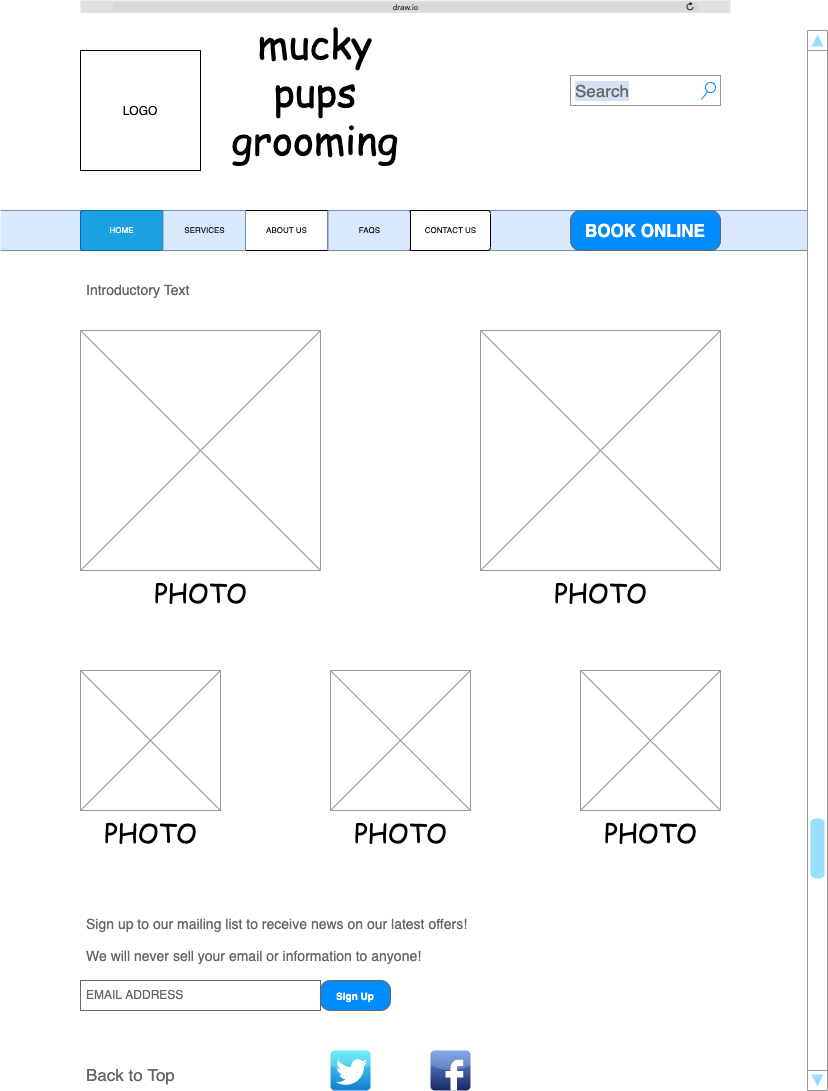
Earlier version of the draw.io export WireFrames/Main Page.png (scottietex/scottietex.github.io). Source tidied: cells renumbered, new cells last; positions are measured from the earlier drawing's top-left corner, leaving out a move shared by most shapes.
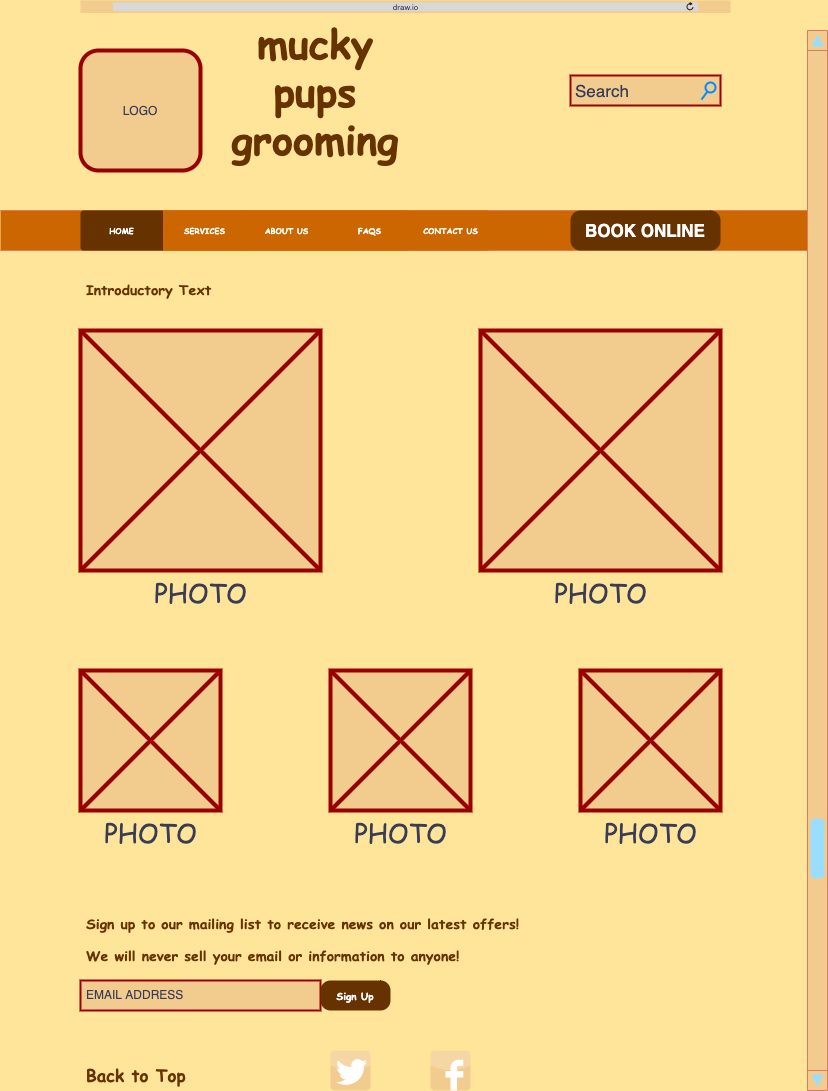
The same diagram one commit later.

The edit, as a diff of the source:
```diff
@@ -1,80 +1,80 @@
-<mxGraphModel background="#FFFFFF">
+<mxGraphModel background="#FFE599">
   <root>
     <mxCell id="0" />
     <mxCell id="1" parent="0" />
-    <mxCell id="2" value="Sign up to our mailing list to receive news on our latest offers!&amp;nbsp;&lt;br&gt;&amp;nbsp;&amp;nbsp;&lt;br&gt;We will never sell your email or information to anyone!" style="strokeWidth=1;shadow=0;dashed=0;align=center;html=1;shape=mxgraph.mockup.text.textBox;fontColor=#666666;align=left;fontSize=14;spacingLeft=4;spacingTop=-3;mainText=;labelBackgroundColor=none;fillColor=#ffffff;strokeColor=none;" parent="1" vertex="1">
+    <mxCell id="2" value="Sign up to our mailing list to receive news on our latest offers!&amp;nbsp;&lt;br&gt;&amp;nbsp;&amp;nbsp;&lt;br&gt;We will never sell your email or information to anyone!" style="strokeWidth=1;shadow=0;dashed=0;align=center;html=1;shape=mxgraph.mockup.text.textBox;align=left;fontSize=14;spacingLeft=4;spacingTop=-3;mainText=;labelBackgroundColor=none;strokeColor=none;fillColor=none;fontFamily=Comic Sans MS;fontStyle=1;fontColor=#663300;" parent="1" vertex="1">
       <mxGeometry x="80" y="910" width="540" height="60" as="geometry" />
     </mxCell>
-    <mxCell id="3" style="shape=partialRectangle;whiteSpace=wrap;html=1;left=0;right=0;fillColor=#dae8fc;labelBackgroundColor=#D4E1F5;fontFamily=Comic Sans MS;fontSize=26;strokeColor=#6c8ebf;" parent="1" vertex="1">
+    <mxCell id="3" style="shape=partialRectangle;whiteSpace=wrap;html=1;left=0;right=0;fontFamily=Comic Sans MS;fontSize=26;strokeColor=#E07A5F;labelBackgroundColor=#F4F1DE;fontColor=#393C56;fillColor=#CC6600;" parent="1" vertex="1">
       <mxGeometry y="210" width="810" height="40" as="geometry" />
     </mxCell>
-    <mxCell id="4" value="mucky&lt;br style=&quot;font-size: 40px;&quot;&gt;pups&lt;br style=&quot;font-size: 40px;&quot;&gt;grooming" style="text;html=1;strokeColor=none;fillColor=none;align=center;verticalAlign=middle;whiteSpace=wrap;rounded=0;fontFamily=Comic Sans MS;fontSize=40;" parent="1" vertex="1">
+    <mxCell id="4" value="mucky&lt;br style=&quot;font-size: 40px;&quot;&gt;pups&lt;br style=&quot;font-size: 40px;&quot;&gt;grooming" style="text;html=1;strokeColor=none;fillColor=none;align=center;verticalAlign=middle;whiteSpace=wrap;rounded=0;fontFamily=Comic Sans MS;fontSize=40;fontColor=#663300;fontStyle=1;" parent="1" vertex="1">
       <mxGeometry x="140" y="25" width="350" height="130" as="geometry" />
     </mxCell>
-    <mxCell id="5" value="LOGO" style="whiteSpace=wrap;html=1;" parent="1" vertex="1">
+    <mxCell id="5" value="LOGO" style="whiteSpace=wrap;html=1;fillColor=#F2CC8F;fontColor=#393C56;rounded=1;strokeColor=#990000;strokeWidth=4;" parent="1" vertex="1">
       <mxGeometry x="80" y="50" width="120" height="120" as="geometry" />
     </mxCell>
-    <mxCell id="6" style="html=1;strokeWidth=1;shadow=0;dashed=0;shape=mxgraph.ios7ui.rrect;rSize=3;fontFamily=Comic Sans MS;fontSize=35;labelBorderColor=#000000;" parent="1" vertex="1">
+    <mxCell id="6" style="html=1;strokeWidth=1;shadow=0;dashed=0;shape=mxgraph.ios7ui.rrect;rSize=3;fontFamily=Comic Sans MS;fontSize=35;labelBorderColor=#000000;fontColor=#393C56;fillColor=#CC6600;fontStyle=1;strokeColor=none;" parent="1" vertex="1">
       <mxGeometry x="80" y="210" width="330" height="40" as="geometry" />
     </mxCell>
-    <mxCell id="7" value="HOME" style="strokeColor=#006EAF;fillColor=#1ba1e2;html=1;strokeWidth=1;shadow=0;dashed=0;shape=mxgraph.ios7ui.leftButton;rSize=3;fontSize=8;labelBackgroundColor=none;fontColor=#ffffff;" parent="6" vertex="1">
+    <mxCell id="7" value="HOME" style="html=1;strokeWidth=1;shadow=0;dashed=0;shape=mxgraph.ios7ui.leftButton;rSize=3;fontSize=8;labelBackgroundColor=none;fillColor=#663300;fontColor=#FFFFFF;fontStyle=1;fontFamily=Comic Sans MS;strokeColor=none;" parent="6" vertex="1">
       <mxGeometry width="82.5" height="40" as="geometry" />
     </mxCell>
-    <mxCell id="8" value="ABOUT US" style="strokeColor=inherit;fillColor=inherit;gradientColor=inherit;html=1;strokeWidth=1;shadow=0;dashed=0;shape=mxgraph.ios7ui.rrect;rSize=0;fontSize=8;" parent="6" vertex="1">
+    <mxCell id="8" value="ABOUT US" style="html=1;strokeWidth=1;shadow=0;dashed=0;shape=mxgraph.ios7ui.rrect;rSize=0;fontSize=8;fillColor=#CC6600;fontColor=#FFFFFF;fontFamily=Comic Sans MS;fontStyle=1;strokeColor=none;" parent="6" vertex="1">
       <mxGeometry x="165" width="82.5" height="40" as="geometry" />
     </mxCell>
-    <mxCell id="9" value="FAQS" style="strokeColor=#6c8ebf;fillColor=#dae8fc;html=1;strokeWidth=1;shadow=0;dashed=0;shape=mxgraph.ios7ui.rightButton;rSize=3;fontSize=8;labelBorderColor=none;" parent="6" vertex="1">
+    <mxCell id="9" value="FAQS" style="html=1;strokeWidth=1;shadow=0;dashed=0;shape=mxgraph.ios7ui.rightButton;rSize=3;fontSize=8;labelBorderColor=none;fillColor=#CC6600;fontColor=#FFFFFF;fontFamily=Comic Sans MS;fontStyle=1;strokeColor=none;" parent="6" vertex="1">
       <mxGeometry x="247.5" width="82.5" height="40" as="geometry" />
     </mxCell>
-    <mxCell id="10" value="SERVICES" style="html=1;strokeWidth=1;shadow=0;dashed=0;shape=mxgraph.ios7ui.rrect;rSize=0;strokeColor=#6c8ebf;fontSize=8;labelBackgroundColor=none;fillColor=#dae8fc;" parent="6" vertex="1">
+    <mxCell id="10" value="SERVICES" style="html=1;strokeWidth=1;shadow=0;dashed=0;shape=mxgraph.ios7ui.rrect;rSize=0;fontSize=8;labelBackgroundColor=none;fillColor=#CC6600;fontFamily=Comic Sans MS;fontStyle=1;fontColor=#FFFFFF;strokeColor=none;" parent="6" vertex="1">
       <mxGeometry x="82.5" width="82.5" height="40" as="geometry" />
     </mxCell>
-    <mxCell id="11" value="draw.io" style="html=1;strokeWidth=1;shadow=0;dashed=0;shape=mxgraph.ios7ui.url;fillColor=#e0e0e0;strokeColor=#c0c0c0;buttonText=;strokeColor2=#222222;fontColor=#222222;fontSize=8;spacingTop=2;align=center;" parent="1" vertex="1">
+    <mxCell id="11" value="draw.io" style="html=1;strokeWidth=1;shadow=0;dashed=0;shape=mxgraph.ios7ui.url;fillColor=#F2CC8F;strokeColor=#E07A5F;buttonText=;strokeColor2=#222222;fontColor=#393C56;fontSize=8;spacingTop=2;align=center;" parent="1" vertex="1">
       <mxGeometry x="80" width="650" height="12.5" as="geometry" />
     </mxCell>
-    <mxCell id="12" value="CONTACT US" style="strokeColor=inherit;fillColor=inherit;gradientColor=inherit;html=1;strokeWidth=1;shadow=0;dashed=0;shape=mxgraph.ios7ui.rightButton;rSize=3;fontSize=8;" parent="1" vertex="1">
+    <mxCell id="12" value="CONTACT US" style="html=1;strokeWidth=1;shadow=0;dashed=0;shape=mxgraph.ios7ui.rightButton;rSize=3;fontSize=8;fillColor=#CC6600;fontColor=#FFFFFF;fontFamily=Comic Sans MS;fontStyle=1;strokeColor=none;" parent="1" vertex="1">
       <mxGeometry x="410" y="210" width="80" height="40" as="geometry" />
     </mxCell>
-    <mxCell id="13" value="Search" style="strokeWidth=1;shadow=0;dashed=0;align=center;html=1;shape=mxgraph.mockup.forms.searchBox;strokeColor=#999999;mainText=;strokeColor2=#008cff;fontColor=#666666;fontSize=17;align=left;spacingLeft=3;labelBackgroundColor=#D4E1F5;fillColor=#ffffff;" parent="1" vertex="1">
+    <mxCell id="13" value="Search" style="strokeWidth=2;shadow=0;dashed=0;align=center;html=1;shape=mxgraph.mockup.forms.searchBox;mainText=;strokeColor2=#008cff;fontColor=#393C56;fontSize=17;align=left;spacingLeft=3;fillColor=#F2CC8F;labelBackgroundColor=none;strokeColor=#990000;" parent="1" vertex="1">
       <mxGeometry x="570" y="75" width="150" height="30" as="geometry" />
     </mxCell>
-    <mxCell id="14" style="verticalLabelPosition=bottom;shadow=0;dashed=0;align=center;html=1;verticalAlign=top;strokeWidth=1;shape=mxgraph.mockup.navigation.scrollBar;strokeColor=#999999;barPos=20;fillColor2=#99ddff;strokeColor2=none;direction=north;labelBackgroundColor=#D4E1F5;fillColor=#ffffff;fontFamily=Comic Sans MS;fontSize=26;fontColor=#000000;" parent="1" vertex="1">
+    <mxCell id="14" style="verticalLabelPosition=bottom;shadow=0;dashed=0;align=center;html=1;verticalAlign=top;strokeWidth=1;shape=mxgraph.mockup.navigation.scrollBar;strokeColor=#E07A5F;barPos=20;fillColor2=#99ddff;strokeColor2=none;direction=north;fillColor=#F2CC8F;fontFamily=Comic Sans MS;fontSize=26;fontColor=#393C56;labelBackgroundColor=#F4F1DE;" parent="1" vertex="1">
       <mxGeometry x="807" y="30" width="20" height="1060" as="geometry" />
     </mxCell>
-    <mxCell id="15" value="BOOK ONLINE" style="strokeWidth=1;shadow=0;dashed=0;align=center;html=1;shape=mxgraph.mockup.buttons.button;strokeColor=#666666;fontColor=#ffffff;mainText=;buttonStyle=round;fontSize=17;fontStyle=1;fillColor=#008cff;whiteSpace=wrap;labelBackgroundColor=none;" parent="1" vertex="1">
+    <mxCell id="15" value="BOOK ONLINE" style="strokeWidth=1;shadow=0;dashed=0;align=center;html=1;shape=mxgraph.mockup.buttons.button;mainText=;buttonStyle=round;fontSize=17;fontStyle=1;whiteSpace=wrap;labelBackgroundColor=none;fillColor=#663300;fontColor=#FFFFFF;strokeColor=none;" parent="1" vertex="1">
       <mxGeometry x="570" y="210" width="150" height="40" as="geometry" />
     </mxCell>
-    <mxCell id="16" style="dashed=0;html=1;align=center;labelPosition=center;verticalLabelPosition=bottom;verticalAlign=top;shape=mxgraph.webicons.facebook;fillColor=#6294E4;gradientColor=#1A2665;labelBackgroundColor=none;fontFamily=Comic Sans MS;fontSize=26;fontColor=#000000;" parent="1" vertex="1">
+    <mxCell id="16" style="dashed=0;html=1;align=center;labelPosition=center;verticalLabelPosition=bottom;verticalAlign=top;shape=mxgraph.webicons.facebook;fillColor=#F2CC8F;labelBackgroundColor=none;fontFamily=Comic Sans MS;fontSize=26;fontColor=#393C56;strokeColor=#E07A5F;" parent="1" vertex="1">
       <mxGeometry x="430" y="1050" width="40" height="40" as="geometry" />
     </mxCell>
-    <mxCell id="17" style="dashed=0;html=1;align=center;labelPosition=center;verticalLabelPosition=bottom;verticalAlign=top;shape=mxgraph.webicons.twitter;fillColor=#49EAF7;gradientColor=#137BD0;labelBackgroundColor=none;fontFamily=Comic Sans MS;fontSize=26;fontColor=#000000;" parent="1" vertex="1">
+    <mxCell id="17" style="dashed=0;html=1;align=center;labelPosition=center;verticalLabelPosition=bottom;verticalAlign=top;shape=mxgraph.webicons.twitter;fillColor=#F2CC8F;labelBackgroundColor=none;fontFamily=Comic Sans MS;fontSize=26;fontColor=#393C56;strokeColor=#E07A5F;" parent="1" vertex="1">
       <mxGeometry x="330" y="1050" width="40" height="40" as="geometry" />
     </mxCell>
-    <mxCell id="18" value="PHOTO" style="verticalLabelPosition=bottom;shadow=0;dashed=0;align=center;html=1;verticalAlign=top;strokeWidth=1;shape=mxgraph.mockup.graphics.simpleIcon;strokeColor=#999999;fillColor=#ffffff;labelBackgroundColor=none;fontFamily=Comic Sans MS;fontSize=26;fontColor=#000000;" parent="1" vertex="1">
+    <mxCell id="18" value="PHOTO" style="verticalLabelPosition=bottom;shadow=0;dashed=0;align=center;html=1;verticalAlign=top;strokeWidth=4;shape=mxgraph.mockup.graphics.simpleIcon;fillColor=#F2CC8F;labelBackgroundColor=none;fontFamily=Comic Sans MS;fontSize=26;fontColor=#393C56;strokeColor=#990000;" parent="1" vertex="1">
       <mxGeometry x="80" y="330" width="240" height="240" as="geometry" />
     </mxCell>
-    <mxCell id="19" value="PHOTO" style="verticalLabelPosition=bottom;shadow=0;dashed=0;align=center;html=1;verticalAlign=top;strokeWidth=1;shape=mxgraph.mockup.graphics.simpleIcon;strokeColor=#999999;fillColor=#ffffff;labelBackgroundColor=none;fontFamily=Comic Sans MS;fontSize=26;fontColor=#000000;" parent="1" vertex="1">
+    <mxCell id="19" value="PHOTO" style="verticalLabelPosition=bottom;shadow=0;dashed=0;align=center;html=1;verticalAlign=top;strokeWidth=4;shape=mxgraph.mockup.graphics.simpleIcon;fillColor=#F2CC8F;labelBackgroundColor=none;fontFamily=Comic Sans MS;fontSize=26;fontColor=#393C56;strokeColor=#990000;" parent="1" vertex="1">
       <mxGeometry x="480" y="330" width="240" height="240" as="geometry" />
     </mxCell>
-    <mxCell id="20" value="PHOTO" style="verticalLabelPosition=bottom;shadow=0;dashed=0;align=center;html=1;verticalAlign=top;strokeWidth=1;shape=mxgraph.mockup.graphics.simpleIcon;strokeColor=#999999;fillColor=#ffffff;labelBackgroundColor=none;fontFamily=Comic Sans MS;fontSize=26;fontColor=#000000;" parent="1" vertex="1">
+    <mxCell id="20" value="PHOTO" style="verticalLabelPosition=bottom;shadow=0;dashed=0;align=center;html=1;verticalAlign=top;strokeWidth=4;shape=mxgraph.mockup.graphics.simpleIcon;fillColor=#F2CC8F;labelBackgroundColor=none;fontFamily=Comic Sans MS;fontSize=26;fontColor=#393C56;strokeColor=#990000;" parent="1" vertex="1">
       <mxGeometry x="80" y="670" width="140" height="140" as="geometry" />
     </mxCell>
-    <mxCell id="21" value="PHOTO" style="verticalLabelPosition=bottom;shadow=0;dashed=0;align=center;html=1;verticalAlign=top;strokeWidth=1;shape=mxgraph.mockup.graphics.simpleIcon;strokeColor=#999999;fillColor=#ffffff;labelBackgroundColor=none;fontFamily=Comic Sans MS;fontSize=26;fontColor=#000000;" parent="1" vertex="1">
+    <mxCell id="21" value="PHOTO" style="verticalLabelPosition=bottom;shadow=0;dashed=0;align=center;html=1;verticalAlign=top;strokeWidth=4;shape=mxgraph.mockup.graphics.simpleIcon;fillColor=#F2CC8F;labelBackgroundColor=none;fontFamily=Comic Sans MS;fontSize=26;fontColor=#393C56;strokeColor=#990000;" parent="1" vertex="1">
       <mxGeometry x="330" y="670" width="140" height="140" as="geometry" />
     </mxCell>
-    <mxCell id="22" value="PHOTO" style="verticalLabelPosition=bottom;shadow=0;dashed=0;align=center;html=1;verticalAlign=top;strokeWidth=1;shape=mxgraph.mockup.graphics.simpleIcon;strokeColor=#999999;fillColor=#ffffff;labelBackgroundColor=none;fontFamily=Comic Sans MS;fontSize=26;fontColor=#000000;" parent="1" vertex="1">
+    <mxCell id="22" value="PHOTO" style="verticalLabelPosition=bottom;shadow=0;dashed=0;align=center;html=1;verticalAlign=top;strokeWidth=4;shape=mxgraph.mockup.graphics.simpleIcon;fillColor=#F2CC8F;labelBackgroundColor=none;fontFamily=Comic Sans MS;fontSize=26;fontColor=#393C56;strokeColor=#990000;" parent="1" vertex="1">
       <mxGeometry x="580" y="670" width="140" height="140" as="geometry" />
     </mxCell>
-    <mxCell id="23" value="EMAIL ADDRESS" style="strokeWidth=1;shadow=0;dashed=0;align=center;html=1;shape=mxgraph.mockup.text.textBox;fontColor=#666666;align=left;fontSize=12;spacingLeft=4;spacingTop=-3;strokeColor=#666666;mainText=;labelBackgroundColor=none;fillColor=#ffffff;" parent="1" vertex="1">
+    <mxCell id="23" value="EMAIL ADDRESS" style="strokeWidth=2;shadow=0;dashed=0;align=center;html=1;shape=mxgraph.mockup.text.textBox;fontColor=#393C56;align=left;fontSize=12;spacingLeft=4;spacingTop=-3;mainText=;labelBackgroundColor=none;fillColor=#F2CC8F;strokeColor=#990000;" parent="1" vertex="1">
       <mxGeometry x="80" y="980" width="240" height="30" as="geometry" />
     </mxCell>
-    <mxCell id="24" value="Introductory Text" style="strokeWidth=1;shadow=0;dashed=0;align=center;html=1;shape=mxgraph.mockup.text.textBox;fontColor=#666666;align=left;fontSize=14;spacingLeft=4;spacingTop=-3;mainText=;labelBackgroundColor=none;fillColor=#ffffff;strokeColor=none;" parent="1" vertex="1">
+    <mxCell id="24" value="Introductory Text" style="strokeWidth=1;shadow=0;dashed=0;align=center;html=1;shape=mxgraph.mockup.text.textBox;align=left;fontSize=14;spacingLeft=4;spacingTop=-3;mainText=;labelBackgroundColor=none;strokeColor=none;fillColor=none;fontColor=#663300;fontStyle=1;fontFamily=Comic Sans MS;" parent="1" vertex="1">
       <mxGeometry x="80" y="260" width="540" height="60" as="geometry" />
     </mxCell>
-    <mxCell id="25" value="Sign Up" style="strokeWidth=1;shadow=0;dashed=0;align=center;html=1;shape=mxgraph.mockup.buttons.button;strokeColor=#666666;fontColor=#ffffff;mainText=;buttonStyle=round;fontSize=10;fontStyle=1;fillColor=#008cff;whiteSpace=wrap;labelBackgroundColor=none;" parent="1" vertex="1">
+    <mxCell id="25" value="Sign Up" style="strokeWidth=1;shadow=0;dashed=0;align=center;html=1;shape=mxgraph.mockup.buttons.button;mainText=;buttonStyle=round;fontSize=10;fontStyle=1;whiteSpace=wrap;labelBackgroundColor=none;fillColor=#663300;fontFamily=Comic Sans MS;fontColor=#FFFFFF;strokeColor=none;" parent="1" vertex="1">
       <mxGeometry x="320" y="980" width="70" height="30" as="geometry" />
     </mxCell>
-    <mxCell id="26" value="Back to Top" style="strokeWidth=1;shadow=0;dashed=0;align=center;html=1;shape=mxgraph.mockup.text.textBox;fontColor=#666666;align=left;fontSize=17;spacingLeft=4;spacingTop=-3;mainText=;labelBackgroundColor=none;fillColor=#ffffff;strokeColor=none;" parent="1" vertex="1">
+    <mxCell id="26" value="Back to Top" style="strokeWidth=1;shadow=0;dashed=0;align=center;html=1;shape=mxgraph.mockup.text.textBox;align=left;fontSize=17;spacingLeft=4;spacingTop=-3;mainText=;labelBackgroundColor=none;strokeColor=none;fillColor=none;fontFamily=Comic Sans MS;fontStyle=1;fontColor=#663300;" parent="1" vertex="1">
       <mxGeometry x="80" y="1060" width="150" height="30" as="geometry" />
     </mxCell>
   </root>
```
